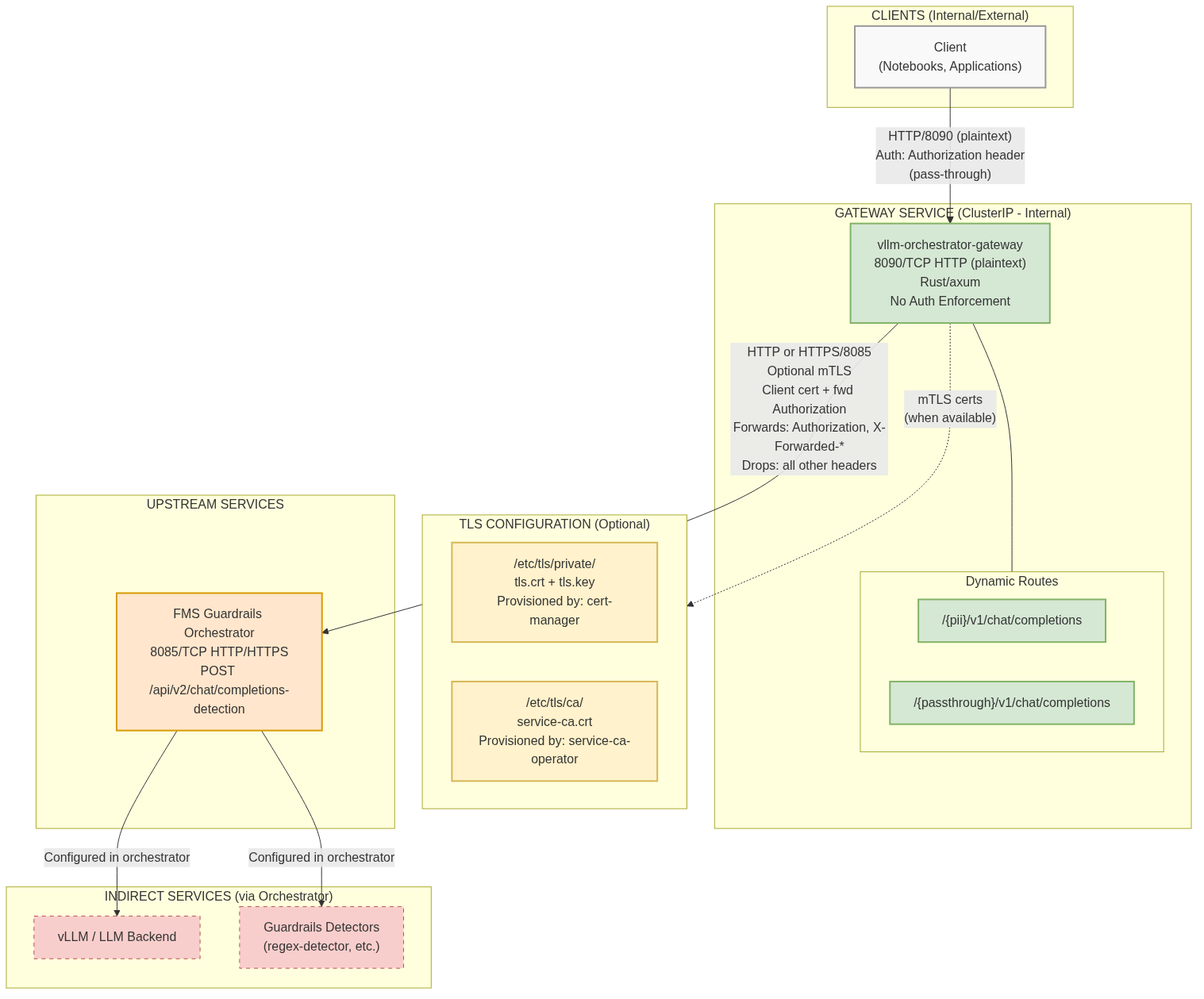
Earlier version of the Mermaid export architecture/rhoai-3.4-ea.2/diagrams/vllm-orchestrator-gateway-security-network.png (rhuss/architecture-context). Its source is kept beside it as architecture/rhoai-3.4-ea.2/diagrams/vllm-orchestrator-gateway-security-network.mmd.
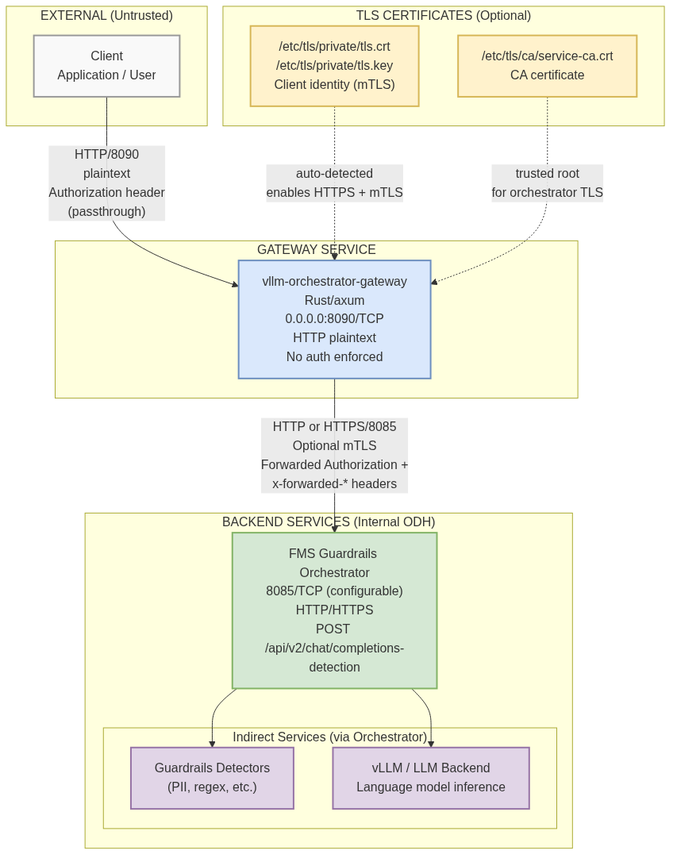
Later version of the same file.

What changed in the source:
```diff
@@ -1,47 +1,45 @@
 
 graph TB
-    subgraph Clients["CLIENTS (Internal/External)"]
-        Client["Client<br/>(Notebooks, Applications)"]
+    subgraph External["EXTERNAL (Untrusted)"]
+        Client["Client<br/>Application / User"]
     end
 
-    subgraph GatewayService["GATEWAY SERVICE (ClusterIP - Internal)"]
-        Gateway["vllm-orchestrator-gateway<br/>8090/TCP HTTP (plaintext)<br/>Rust/axum<br/>No Auth Enforcement"]
-
-        subgraph Routes["Dynamic Routes"]
-            PII["/{pii}/v1/chat/completions"]
-            Pass["/{passthrough}/v1/chat/completions"]
-        end
+    subgraph GatewayZone["GATEWAY SERVICE"]
+        Gateway["vllm-orchestrator-gateway<br/>Rust/axum<br/>0.0.0.0:8090/TCP<br/>HTTP plaintext<br/>No auth enforced"]
     end
 
-    subgraph TLSConfig["TLS CONFIGURATION (Optional)"]
-        Certs["/etc/tls/private/<br/>tls.crt + tls.key<br/>Provisioned by: cert-manager"]
-        CA["/etc/tls/ca/<br/>service-ca.crt<br/>Provisioned by: service-ca-operator"]
+    subgraph Backend["BACKEND SERVICES (Internal ODH)"]
+        direction TB
+
+        Orchestrator["FMS Guardrails Orchestrator<br/>8085/TCP (configurable)<br/>HTTP/HTTPS<br/>POST /api/v2/chat/completions-detection"]
+
+        subgraph IndirectServices["Indirect Services (via Orchestrator)"]
+            Detectors["Guardrails Detectors<br/>(PII, regex, etc.)"]
+            LLM["vLLM / LLM Backend<br/>Language model inference"]
+        end
+
+        Orchestrator --> Detectors
+        Orchestrator --> LLM
     end
 
-    subgraph Upstream["UPSTREAM SERVICES"]
-        Orchestrator["FMS Guardrails Orchestrator<br/>8085/TCP HTTP/HTTPS<br/>POST /api/v2/chat/completions-detection"]
+    subgraph Secrets["TLS CERTIFICATES (Optional)"]
+        TLSCert["/etc/tls/private/tls.crt<br/>/etc/tls/private/tls.key<br/>Client identity (mTLS)"]
+        CACert["/etc/tls/ca/service-ca.crt<br/>CA certificate"]
     end
 
-    subgraph Indirect["INDIRECT SERVICES (via Orchestrator)"]
-        LLM["vLLM / LLM Backend"]
-        Detectors["Guardrails Detectors<br/>(regex-detector, etc.)"]
-    end
+    Client -->|"HTTP/8090<br/>plaintext<br/>Authorization header<br/>(passthrough)"| Gateway
+    Gateway -->|"HTTP or HTTPS/8085<br/>Optional mTLS<br/>Forwarded Authorization +<br/>x-forwarded-* headers"| Orchestrator
+    TLSCert -.->|"auto-detected<br/>enables HTTPS + mTLS"| Gateway
+    CACert -.->|"trusted root<br/>for orchestrator TLS"| Gateway
 
-    Client -->|"HTTP/8090 (plaintext)<br/>Auth: Authorization header<br/>(pass-through)"| Gateway
-    Gateway --- Routes
-    Gateway -.->|"mTLS certs<br/>(when available)"| TLSConfig
-    Gateway -->|"HTTP or HTTPS/8085<br/>Optional mTLS<br/>Client cert + fwd Authorization<br/>Forwards: Authorization, X-Forwarded-*<br/>Drops: all other headers"| Orchestrator
-    Orchestrator -->|"Configured in orchestrator"| LLM
-    Orchestrator -->|"Configured in orchestrator"| Detectors
+    classDef external fill:#f9f9f9,stroke:#999,stroke-width:2px
+    classDef gateway fill:#dae8fc,stroke:#6c8ebf,stroke-width:2px
+    classDef backend fill:#d5e8d4,stroke:#82b366,stroke-width:2px
+    classDef indirect fill:#e1d5e7,stroke:#9673a6,stroke-width:2px
+    classDef secrets fill:#fff2cc,stroke:#d6b656,stroke-width:2px
 
-    classDef client fill:#f9f9f9,stroke:#999,stroke-width:2px
-    classDef gateway fill:#d5e8d4,stroke:#82b366,stroke-width:2px
-    classDef tls fill:#fff2cc,stroke:#d6b656,stroke-width:2px
-    classDef upstream fill:#ffe6cc,stroke:#d79b00,stroke-width:2px
-    classDef indirect fill:#f8cecc,stroke:#b85450,stroke-width:1px,stroke-dasharray:5
-
-    class Client client
-    class Gateway,PII,Pass gateway
-    class Certs,CA tls
-    class Orchestrator upstream
-    class LLM,Detectors indirect
+    class Client external
+    class Gateway gateway
+    class Orchestrator backend
+    class Detectors,LLM indirect
+    class TLSCert,CACert secrets
```
